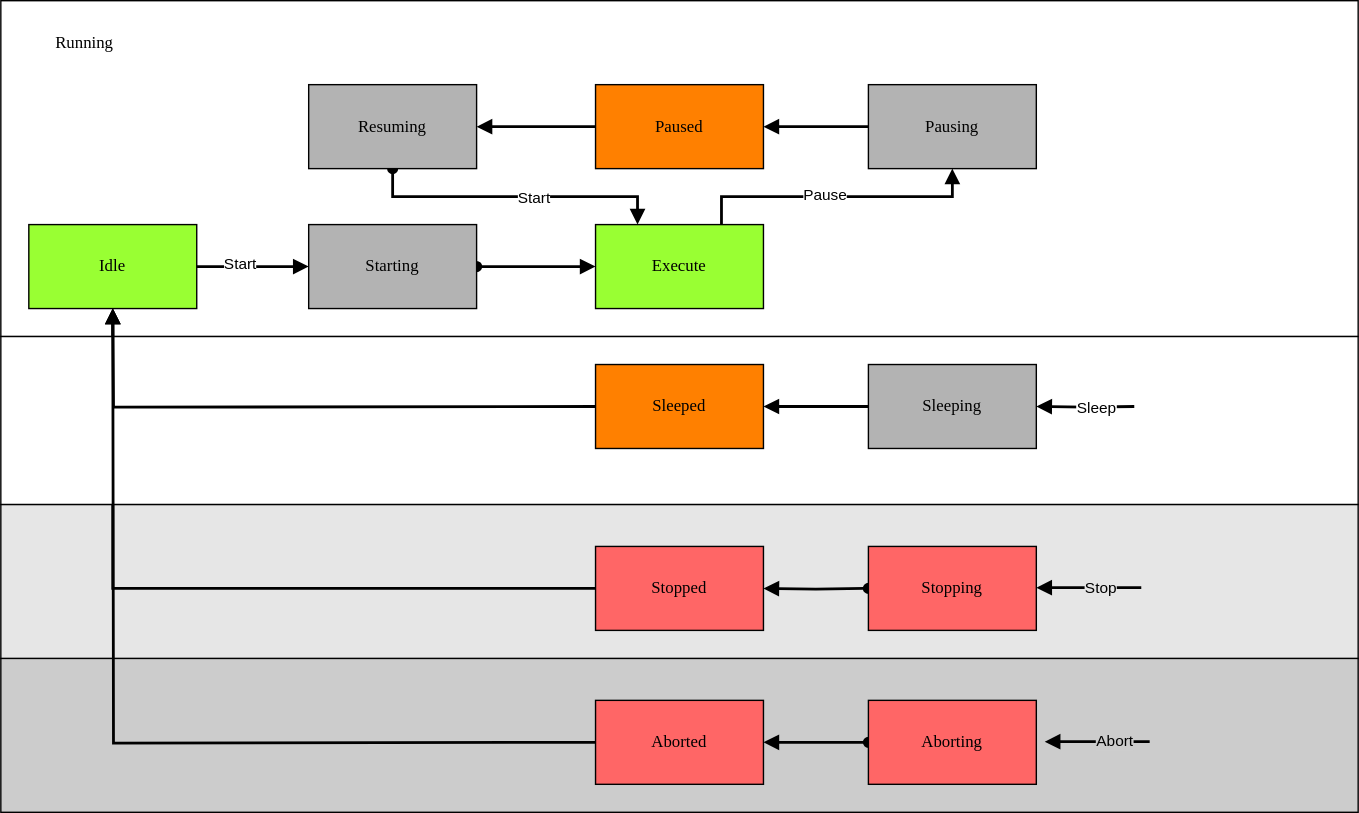
The draw.io diagram docs/StateMachine.drawio.svg in PeterZerlauth/Tc3_Component, before a commit. Source tidied: cells renumbered, new cells last; positions are measured from the earlier drawing's top-left corner, leaving out a move shared by most shapes. Its diagram source:
```xml
<mxGraphModel>
  <root>
    <mxCell id="0" />
    <mxCell id="1" parent="0" />
    <mxCell id="2" style="rounded=0;whiteSpace=wrap;html=1;fontFamily=Helvetica;fontSize=11;fontColor=default;labelBackgroundColor=default;fillColor=#CCCCCC;" parent="1" vertex="1">
      <mxGeometry y="470" width="970" height="110" as="geometry" />
    </mxCell>
    <mxCell id="3" style="rounded=0;whiteSpace=wrap;html=1;fontFamily=Helvetica;fontSize=11;fontColor=default;labelBackgroundColor=default;fillColor=#E6E6E6;" parent="1" vertex="1">
      <mxGeometry y="360" width="970" height="110" as="geometry" />
    </mxCell>
    <mxCell id="4" style="rounded=0;whiteSpace=wrap;html=1;fontFamily=Helvetica;fontSize=11;fontColor=default;labelBackgroundColor=default;fillColor=#FFFFFF;" parent="1" vertex="1">
      <mxGeometry width="970" height="240" as="geometry" />
    </mxCell>
    <mxCell id="5" value="Execute" style="rounded=0;whiteSpace=wrap;html=1;arcSize=24;fillColor=#99FF33;strokeColor=#000000;shadow=0;comic=0;labelBackgroundColor=none;fontFamily=Verdana;fontSize=12;fontColor=#000000;align=center;" parent="1" vertex="1">
      <mxGeometry x="425" y="160" width="120" height="60" as="geometry" />
    </mxCell>
    <mxCell id="6" value="Paused" style="rounded=0;whiteSpace=wrap;html=1;arcSize=24;fillColor=#FF8000;strokeColor=#000000;shadow=0;comic=0;labelBackgroundColor=none;fontFamily=Verdana;fontSize=12;fontColor=#000000;align=center;" parent="1" vertex="1">
      <mxGeometry x="425" y="60" width="120" height="60" as="geometry" />
    </mxCell>
    <mxCell id="7" style="edgeStyle=orthogonalEdgeStyle;rounded=0;jettySize=auto;html=1;strokeColor=default;align=center;verticalAlign=middle;fontFamily=Helvetica;fontSize=11;fontColor=default;labelBackgroundColor=default;endArrow=block;endFill=1;strokeWidth=2;exitX=0;exitY=0.5;exitDx=0;exitDy=0;" parent="1" edge="1" source="20" target="6">
      <mxGeometry relative="1" as="geometry" />
    </mxCell>
    <mxCell id="8" style="edgeStyle=orthogonalEdgeStyle;rounded=0;jettySize=auto;html=1;entryX=0.5;entryY=1;entryDx=0;entryDy=0;strokeColor=default;align=center;verticalAlign=middle;fontFamily=Helvetica;fontSize=11;fontColor=default;labelBackgroundColor=default;endArrow=block;endFill=1;exitX=0.75;exitY=0;exitDx=0;exitDy=0;strokeWidth=2;" parent="1" edge="1" source="5" target="20">
      <mxGeometry relative="1" as="geometry" />
    </mxCell>
    <mxCell id="9" value="Pause" style="edgeLabel;html=1;align=center;verticalAlign=middle;fontFamily=Helvetica;fontSize=11;fontColor=default;labelBackgroundColor=#FFFFFF;" parent="8" vertex="1">
      <mxGeometry x="-0.09" y="2" relative="1" as="geometry" />
    </mxCell>
    <mxCell id="10" style="edgeStyle=orthogonalEdgeStyle;rounded=0;jettySize=auto;html=1;strokeColor=default;align=center;verticalAlign=middle;fontFamily=Helvetica;fontSize=11;fontColor=default;labelBackgroundColor=default;endArrow=block;endFill=1;entryX=0;entryY=0.5;entryDx=0;entryDy=0;strokeWidth=2;" parent="1" edge="1" source="12" target="19">
      <mxGeometry relative="1" as="geometry" />
    </mxCell>
    <mxCell id="11" value="Start" style="edgeLabel;html=1;align=center;verticalAlign=middle;fontFamily=Helvetica;fontSize=11;fontColor=default;labelBackgroundColor=#FFFFFF;" parent="10" vertex="1">
      <mxGeometry x="-0.25" y="3" relative="1" as="geometry" />
    </mxCell>
    <mxCell id="12" value="Idle" style="rounded=0;whiteSpace=wrap;html=1;arcSize=24;fillColor=#99FF33;strokeColor=#000000;shadow=0;comic=0;labelBackgroundColor=none;fontFamily=Verdana;fontSize=12;fontColor=#000000;align=center;" parent="1" vertex="1">
      <mxGeometry x="20" y="160" width="120" height="60" as="geometry" />
    </mxCell>
    <mxCell id="13" style="edgeStyle=orthogonalEdgeStyle;rounded=0;jettySize=auto;html=1;entryX=0.5;entryY=1;entryDx=0;entryDy=0;strokeColor=default;align=center;verticalAlign=middle;fontFamily=Helvetica;fontSize=11;fontColor=default;labelBackgroundColor=default;endArrow=block;endFill=1;strokeWidth=2;" parent="1" edge="1" source="14" target="12">
      <mxGeometry relative="1" as="geometry" />
    </mxCell>
    <mxCell id="14" value="Stopped" style="rounded=0;whiteSpace=wrap;html=1;arcSize=24;fillColor=#FF6666;strokeColor=#000000;shadow=0;comic=0;labelBackgroundColor=none;fontFamily=Verdana;fontSize=12;fontColor=#000000;align=center;" parent="1" vertex="1">
      <mxGeometry x="425" y="390" width="120" height="60" as="geometry" />
    </mxCell>
    <mxCell id="15" value="Aborted" style="rounded=0;whiteSpace=wrap;html=1;arcSize=24;fillColor=#FF6666;strokeColor=#000000;shadow=0;comic=0;labelBackgroundColor=none;fontFamily=Verdana;fontSize=12;fontColor=#000000;align=center;" parent="1" vertex="1">
      <mxGeometry x="425" y="500" width="120" height="60" as="geometry" />
    </mxCell>
    <mxCell id="16" style="edgeStyle=orthogonalEdgeStyle;rounded=0;jettySize=auto;html=1;strokeColor=default;align=center;verticalAlign=middle;fontFamily=Helvetica;fontSize=11;fontColor=default;labelBackgroundColor=default;endArrow=block;endFill=1;strokeWidth=2;startArrow=oval;startFill=1;" parent="1" edge="1" target="14">
      <mxGeometry relative="1" as="geometry">
        <mxPoint x="620" y="420" as="sourcePoint" />
      </mxGeometry>
    </mxCell>
    <mxCell id="17" style="edgeStyle=orthogonalEdgeStyle;rounded=0;jettySize=auto;html=1;strokeColor=default;align=center;verticalAlign=middle;fontFamily=Helvetica;fontSize=11;fontColor=default;labelBackgroundColor=default;endArrow=block;endFill=1;strokeWidth=2;startArrow=oval;startFill=1;exitX=0;exitY=0.5;exitDx=0;exitDy=0;" parent="1" edge="1" source="26" target="15">
      <mxGeometry relative="1" as="geometry" />
    </mxCell>
    <mxCell id="18" style="edgeStyle=orthogonalEdgeStyle;rounded=0;jettySize=auto;html=1;exitX=1;exitY=0.5;exitDx=0;exitDy=0;entryX=0;entryY=0.5;entryDx=0;entryDy=0;strokeColor=default;align=center;verticalAlign=middle;fontFamily=Helvetica;fontSize=11;fontColor=default;labelBackgroundColor=default;endArrow=block;endFill=1;strokeWidth=2;startArrow=oval;startFill=1;" parent="1" edge="1" source="19" target="5">
      <mxGeometry relative="1" as="geometry" />
    </mxCell>
    <mxCell id="19" value="Starting" style="rounded=0;whiteSpace=wrap;html=1;arcSize=24;fillColor=#B3B3B3;strokeColor=#000000;shadow=0;comic=0;labelBackgroundColor=none;fontFamily=Verdana;fontSize=12;fontColor=#000000;align=center;" parent="1" vertex="1">
      <mxGeometry x="220" y="160" width="120" height="60" as="geometry" />
    </mxCell>
    <mxCell id="20" value="Pausing" style="rounded=0;whiteSpace=wrap;html=1;arcSize=24;fillColor=#B3B3B3;strokeColor=#000000;shadow=0;comic=0;labelBackgroundColor=none;fontFamily=Verdana;fontSize=12;fontColor=#000000;align=center;" parent="1" vertex="1">
      <mxGeometry x="620" y="60" width="120" height="60" as="geometry" />
    </mxCell>
    <mxCell id="21" style="edgeStyle=orthogonalEdgeStyle;rounded=0;jettySize=auto;html=1;strokeColor=default;align=center;verticalAlign=middle;fontFamily=Helvetica;fontSize=11;fontColor=default;labelBackgroundColor=default;endArrow=block;endFill=1;strokeWidth=2;" parent="1" edge="1" source="6" target="24">
      <mxGeometry relative="1" as="geometry" />
    </mxCell>
    <mxCell id="22" style="edgeStyle=orthogonalEdgeStyle;rounded=0;jettySize=auto;html=1;exitX=0.5;exitY=1;exitDx=0;exitDy=0;entryX=0.25;entryY=0;entryDx=0;entryDy=0;strokeColor=default;align=center;verticalAlign=middle;fontFamily=Helvetica;fontSize=11;fontColor=default;labelBackgroundColor=default;endArrow=block;endFill=1;strokeWidth=2;startArrow=oval;startFill=1;" parent="1" edge="1" source="24" target="5">
      <mxGeometry relative="1" as="geometry">
        <Array as="points">
          <mxPoint x="280" y="140" />
          <mxPoint x="455" y="140" />
        </Array>
      </mxGeometry>
    </mxCell>
    <mxCell id="23" value="Start" style="edgeLabel;html=1;align=center;verticalAlign=middle;fontFamily=Helvetica;fontSize=11;fontColor=default;labelBackgroundColor=#FFFFFF;" parent="22" vertex="1">
      <mxGeometry x="0.04" y="2" relative="1" as="geometry">
        <mxPoint x="8" y="2" as="offset" />
      </mxGeometry>
    </mxCell>
    <mxCell id="24" value="Resuming" style="rounded=0;whiteSpace=wrap;html=1;arcSize=24;fillColor=#B3B3B3;strokeColor=#000000;shadow=0;comic=0;labelBackgroundColor=none;fontFamily=Verdana;fontSize=12;fontColor=#000000;align=center;" parent="1" vertex="1">
      <mxGeometry x="220" y="60" width="120" height="60" as="geometry" />
    </mxCell>
    <mxCell id="25" value="Stopping" style="rounded=0;whiteSpace=wrap;html=1;arcSize=24;fillColor=#FF6666;strokeColor=#000000;shadow=0;comic=0;labelBackgroundColor=none;fontFamily=Verdana;fontSize=12;fontColor=#000000;align=center;" parent="1" vertex="1">
      <mxGeometry x="620" y="390" width="120" height="60" as="geometry" />
    </mxCell>
    <mxCell id="26" value="Aborting" style="rounded=0;whiteSpace=wrap;html=1;arcSize=24;fillColor=#FF6666;strokeColor=#000000;shadow=0;comic=0;labelBackgroundColor=none;fontFamily=Verdana;fontSize=12;fontColor=#000000;align=center;" parent="1" vertex="1">
      <mxGeometry x="620" y="500" width="120" height="60" as="geometry" />
    </mxCell>
    <mxCell id="27" style="edgeStyle=orthogonalEdgeStyle;rounded=0;orthogonalLoop=1;jettySize=auto;html=1;strokeColor=default;align=center;verticalAlign=middle;fontFamily=Helvetica;fontSize=11;fontColor=default;labelBackgroundColor=default;endArrow=block;endFill=1;strokeWidth=2;" parent="1" edge="1">
      <mxGeometry relative="1" as="geometry">
        <mxPoint x="815" y="419.5" as="sourcePoint" />
        <mxPoint x="740" y="419.5" as="targetPoint" />
      </mxGeometry>
    </mxCell>
    <mxCell id="28" value="Stop" style="edgeLabel;html=1;align=center;verticalAlign=middle;fontFamily=Helvetica;fontSize=11;fontColor=default;labelBackgroundColor=#E6E6E6;" parent="27" vertex="1">
      <mxGeometry x="-0.2" y="3" relative="1" as="geometry">
        <mxPoint y="-3" as="offset" />
      </mxGeometry>
    </mxCell>
    <mxCell id="29" style="edgeStyle=orthogonalEdgeStyle;rounded=0;orthogonalLoop=1;jettySize=auto;html=1;strokeColor=default;align=center;verticalAlign=middle;fontFamily=Helvetica;fontSize=11;fontColor=default;labelBackgroundColor=default;endArrow=block;endFill=1;strokeWidth=2;" parent="1" edge="1">
      <mxGeometry relative="1" as="geometry">
        <mxPoint x="821" y="529.5" as="sourcePoint" />
        <mxPoint x="746" y="529.5" as="targetPoint" />
      </mxGeometry>
    </mxCell>
    <mxCell id="30" value="Abort" style="edgeLabel;html=1;align=center;verticalAlign=middle;fontFamily=Helvetica;fontSize=11;fontColor=default;labelBackgroundColor=#CCCCCC;" parent="29" vertex="1">
      <mxGeometry x="-0.31" y="-2" relative="1" as="geometry">
        <mxPoint y="1" as="offset" />
      </mxGeometry>
    </mxCell>
    <mxCell id="31" value="Running" style="rounded=0;whiteSpace=wrap;html=1;arcSize=24;fillColor=none;strokeColor=none;shadow=0;comic=0;labelBackgroundColor=none;fontFamily=Verdana;fontSize=12;fontColor=#000000;align=center;" parent="1" vertex="1">
      <mxGeometry width="120" height="60" as="geometry" />
    </mxCell>
    <mxCell id="32" style="rounded=0;whiteSpace=wrap;html=1;fontFamily=Helvetica;fontSize=11;fontColor=default;labelBackgroundColor=default;fillColor=#FFFFFF;" parent="1" vertex="1">
      <mxGeometry y="240" width="970" height="120" as="geometry" />
    </mxCell>
    <mxCell id="33" value="Sleeped" style="rounded=0;whiteSpace=wrap;html=1;arcSize=24;fillColor=#FF8000;strokeColor=#000000;shadow=0;comic=0;labelBackgroundColor=none;fontFamily=Verdana;fontSize=12;fontColor=#000000;align=center;" parent="1" vertex="1">
      <mxGeometry x="425" y="260" width="120" height="60" as="geometry" />
    </mxCell>
    <mxCell id="34" value="Sleeping" style="rounded=0;whiteSpace=wrap;html=1;arcSize=24;fillColor=#B3B3B3;strokeColor=#000000;shadow=0;comic=0;labelBackgroundColor=none;fontFamily=Verdana;fontSize=12;fontColor=#000000;align=center;" parent="1" vertex="1">
      <mxGeometry x="620" y="260" width="120" height="60" as="geometry" />
    </mxCell>
    <mxCell id="35" style="edgeStyle=orthogonalEdgeStyle;rounded=0;jettySize=auto;html=1;strokeColor=default;align=center;verticalAlign=middle;fontFamily=Helvetica;fontSize=11;fontColor=default;labelBackgroundColor=default;endArrow=block;endFill=1;strokeWidth=2;entryX=1;entryY=0.5;entryDx=0;entryDy=0;" parent="1" edge="1" target="34">
      <mxGeometry relative="1" as="geometry">
        <mxPoint x="810" y="290" as="sourcePoint" />
      </mxGeometry>
    </mxCell>
    <mxCell id="36" value="Sleep" style="edgeLabel;html=1;align=center;verticalAlign=middle;fontFamily=Helvetica;fontSize=11;fontColor=default;labelBackgroundColor=#FFFFFF;" parent="35" vertex="1">
      <mxGeometry x="-0.2" y="3" relative="1" as="geometry">
        <mxPoint y="-3" as="offset" />
      </mxGeometry>
    </mxCell>
    <mxCell id="37" style="edgeStyle=orthogonalEdgeStyle;rounded=0;jettySize=auto;html=1;strokeColor=default;align=center;verticalAlign=middle;fontFamily=Helvetica;fontSize=11;fontColor=default;labelBackgroundColor=default;endArrow=block;endFill=1;strokeWidth=2;exitX=0;exitY=0.5;exitDx=0;exitDy=0;entryX=1;entryY=0.5;entryDx=0;entryDy=0;" parent="1" edge="1" source="34" target="33">
      <mxGeometry relative="1" as="geometry" />
    </mxCell>
    <mxCell id="38" style="edgeStyle=orthogonalEdgeStyle;rounded=0;orthogonalLoop=1;jettySize=auto;html=1;strokeColor=default;align=center;verticalAlign=middle;fontFamily=Helvetica;fontSize=11;fontColor=default;labelBackgroundColor=default;endArrow=block;endFill=1;strokeWidth=2;exitX=0;exitY=0.5;exitDx=0;exitDy=0;" parent="1" edge="1">
      <mxGeometry relative="1" as="geometry">
        <mxPoint x="425" y="290" as="sourcePoint" />
        <mxPoint x="80" y="220" as="targetPoint" />
      </mxGeometry>
    </mxCell>
    <mxCell id="39" style="edgeStyle=orthogonalEdgeStyle;rounded=0;orthogonalLoop=1;jettySize=auto;html=1;strokeColor=default;align=center;verticalAlign=middle;fontFamily=Helvetica;fontSize=11;fontColor=default;labelBackgroundColor=default;endArrow=block;endFill=1;entryX=0.5;entryY=1;entryDx=0;entryDy=0;strokeWidth=2;" parent="1" edge="1">
      <mxGeometry relative="1" as="geometry">
        <mxPoint x="425" y="530" as="sourcePoint" />
        <mxPoint x="80" y="220" as="targetPoint" />
      </mxGeometry>
    </mxCell>
  </root>
</mxGraphModel>
```
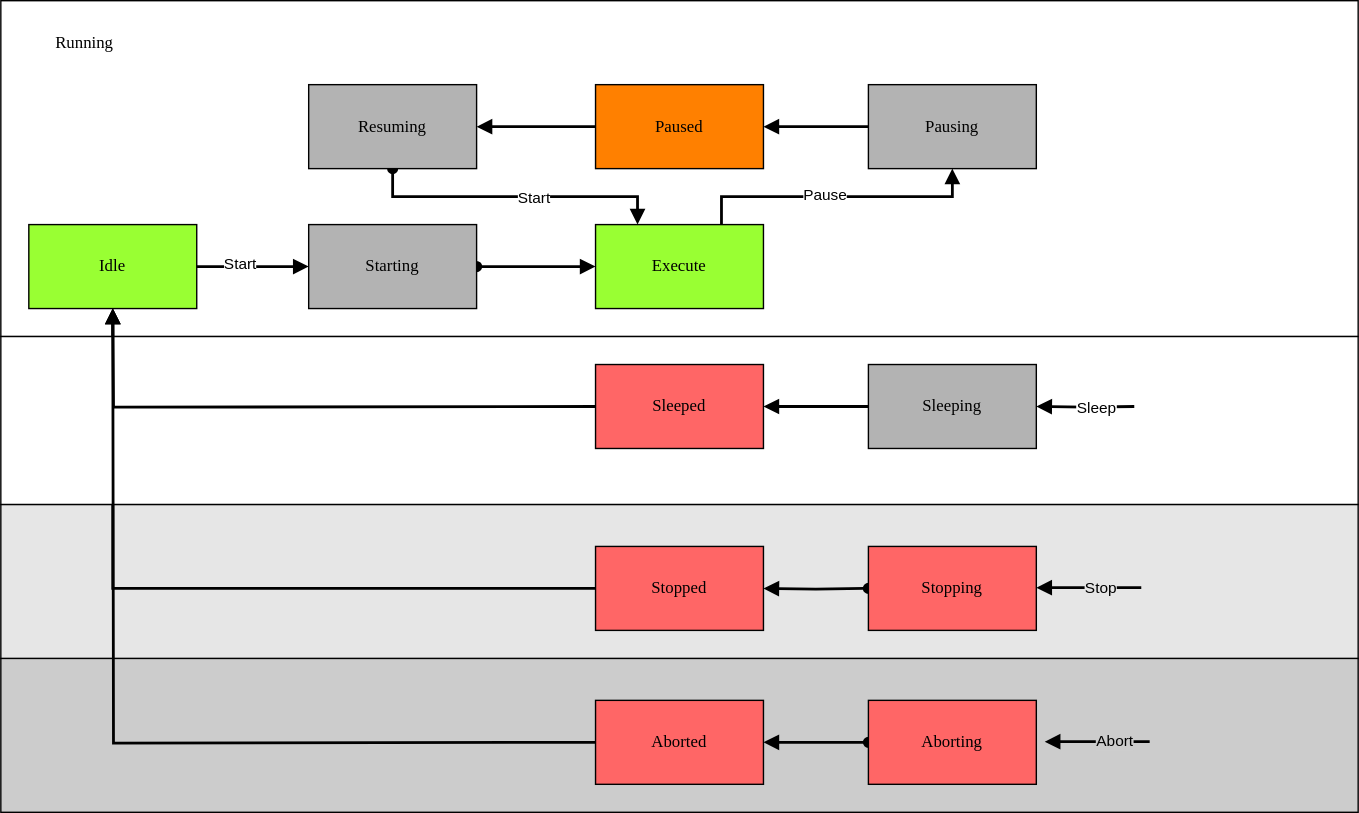
After the change.

The edit, as a diff of the source:
```diff
@@ -114,7 +114,7 @@
     <mxCell id="32" style="rounded=0;whiteSpace=wrap;html=1;fontFamily=Helvetica;fontSize=11;fontColor=default;labelBackgroundColor=default;fillColor=#FFFFFF;" parent="1" vertex="1">
       <mxGeometry y="240" width="970" height="120" as="geometry" />
     </mxCell>
-    <mxCell id="33" value="Sleeped" style="rounded=0;whiteSpace=wrap;html=1;arcSize=24;fillColor=#FF8000;strokeColor=#000000;shadow=0;comic=0;labelBackgroundColor=none;fontFamily=Verdana;fontSize=12;fontColor=#000000;align=center;" parent="1" vertex="1">
+    <mxCell id="33" value="Sleeped" style="rounded=0;whiteSpace=wrap;html=1;arcSize=24;fillColor=#FF6666;strokeColor=#000000;shadow=0;comic=0;labelBackgroundColor=none;fontFamily=Verdana;fontSize=12;fontColor=#000000;align=center;" parent="1" vertex="1">
       <mxGeometry x="425" y="260" width="120" height="60" as="geometry" />
     </mxCell>
     <mxCell id="34" value="Sleeping" style="rounded=0;whiteSpace=wrap;html=1;arcSize=24;fillColor=#B3B3B3;strokeColor=#000000;shadow=0;comic=0;labelBackgroundColor=none;fontFamily=Verdana;fontSize=12;fontColor=#000000;align=center;" parent="1" vertex="1">
```
